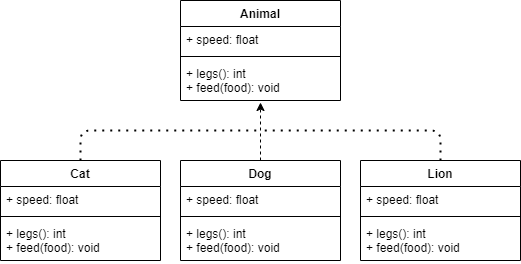
Earlier version of the draw.io export 4 Design Principles/Abstraction Class Diagram.png (smitbmx/Architecture-Diagrams). Source tidied: cells renumbered, new cells last; positions are measured from the earlier drawing's top-left corner, leaving out a move shared by most shapes.
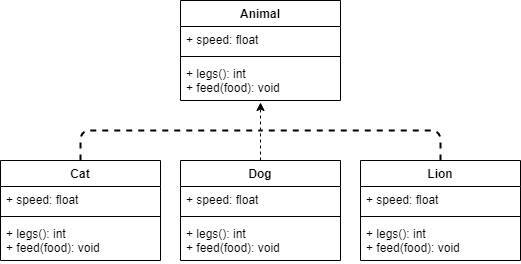
The same file after the commit.

The edit, as a diff of the source:
```diff
@@ -50,10 +50,10 @@
     <mxCell id="17" value="+ legs(): int&#10;+ feed(food): void" style="text;strokeColor=none;fillColor=none;align=left;verticalAlign=top;spacingLeft=4;spacingRight=4;overflow=hidden;" parent="14" vertex="1">
       <mxGeometry y="60" width="160" height="40" as="geometry" />
     </mxCell>
-    <mxCell id="18" style="endArrow=classic;html=1;dashed=1;exitX=0.5;exitY=0;exitDx=0;exitDy=0;entryX=0.5;entryY=1.05;entryDx=0;entryDy=0;entryPerimeter=0;" parent="1" edge="1" source="6" target="5">
+    <mxCell id="18" style="endArrow=classic;html=1;exitX=0.5;exitY=0;exitDx=0;exitDy=0;entryX=0.5;entryY=1.05;entryDx=0;entryDy=0;entryPerimeter=0;dashed=1;" parent="1" edge="1" source="6" target="5">
       <mxGeometry relative="1" as="geometry" />
     </mxCell>
-    <mxCell id="19" style="endArrow=none;dashed=1;html=1;dashPattern=1 3;strokeWidth=2;exitX=0.5;exitY=0;exitDx=0;exitDy=0;" parent="1" edge="1" source="10">
+    <mxCell id="19" style="endArrow=none;dashed=1;html=1;strokeWidth=2;exitX=0.5;exitY=0;exitDx=0;exitDy=0;" parent="1" edge="1" source="10">
       <mxGeometry relative="1" as="geometry">
         <mxPoint x="260" y="130" as="targetPoint" />
         <Array as="points">
@@ -62,7 +62,7 @@
         </Array>
       </mxGeometry>
     </mxCell>
-    <mxCell id="20" style="endArrow=none;dashed=1;html=1;dashPattern=1 3;strokeWidth=2;exitX=0.5;exitY=0;exitDx=0;exitDy=0;" parent="1" edge="1" source="14">
+    <mxCell id="20" style="endArrow=none;dashed=1;html=1;strokeWidth=2;exitX=0.5;exitY=0;exitDx=0;exitDy=0;" parent="1" edge="1" source="14">
       <mxGeometry relative="1" as="geometry">
         <mxPoint x="260" y="130" as="targetPoint" />
         <Array as="points">
```
